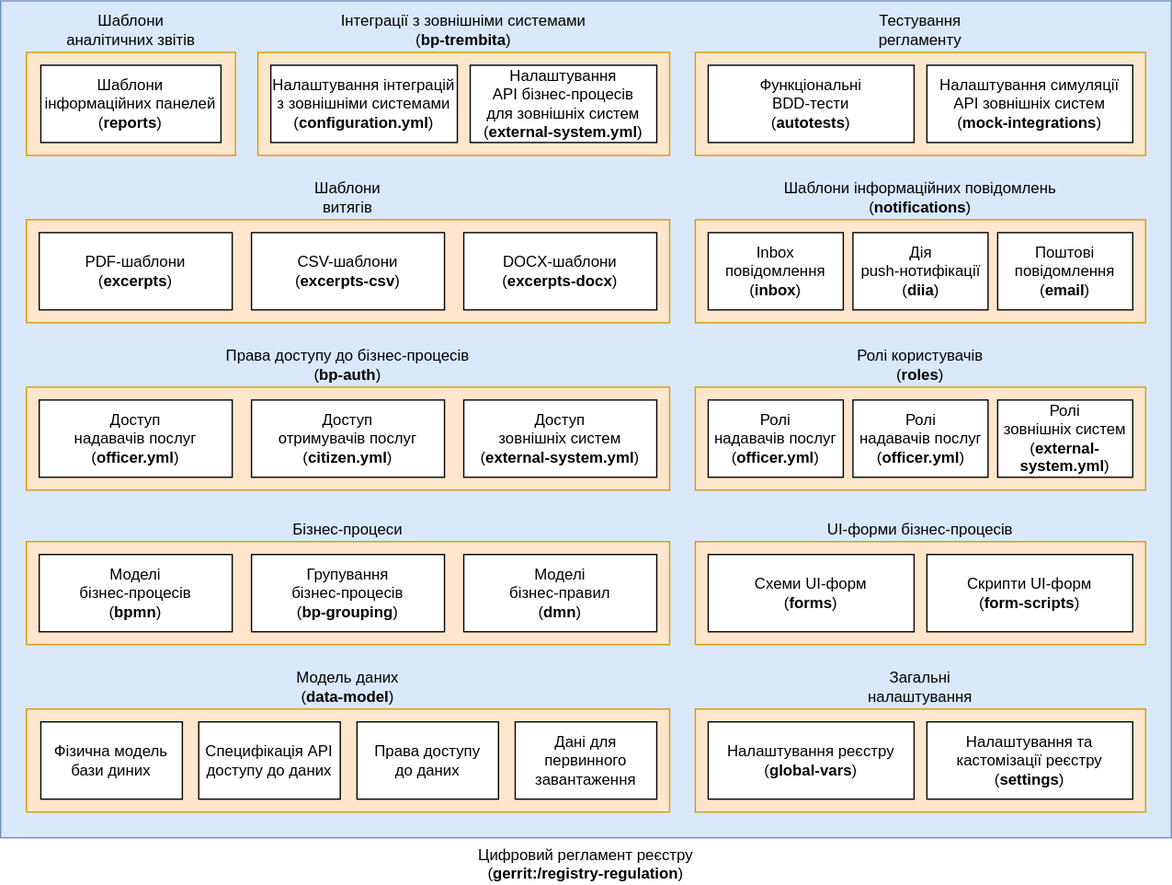
Before: docs/ua/modules/arch/images/architecture/registry/administrative/regulation-management/registry-regulation/regulation-structure.svg, a diagram exported from draw.io (epam/edp-ddm-architecture). Source tidied: cells renumbered, new cells last; positions are measured from the earlier drawing's top-left corner, leaving out a move shared by most shapes.
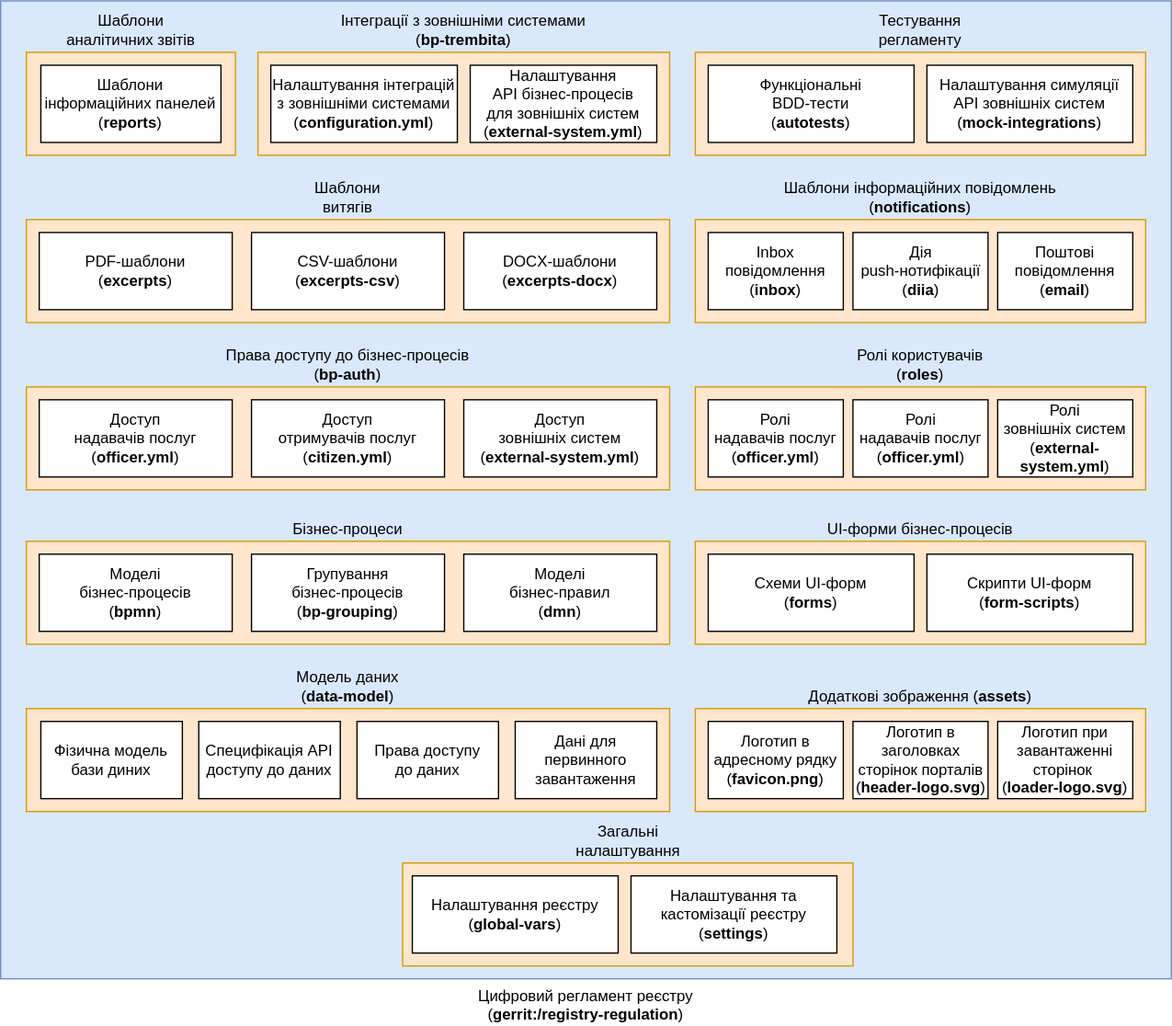
The same diagram one commit later.

What changed in the source:
```diff
@@ -3,12 +3,12 @@
     <mxCell id="0" />
     <mxCell id="1" parent="0" />
     <mxCell id="2" value="Цифровий регламент реєстру&lt;br&gt;(&lt;b&gt;gerrit:/registry-regulation&lt;/b&gt;)" style="rounded=0;whiteSpace=wrap;html=1;labelPosition=center;verticalLabelPosition=bottom;align=center;verticalAlign=top;fillColor=#dae8fc;strokeColor=#6c8ebf;" parent="1" vertex="1">
-      <mxGeometry width="910" height="650" as="geometry" />
+      <mxGeometry width="910" height="760" as="geometry" />
     </mxCell>
     <mxCell id="3" value="Тестування &lt;br&gt;регламенту" style="rounded=0;whiteSpace=wrap;html=1;labelPosition=center;verticalLabelPosition=top;align=center;verticalAlign=bottom;fillColor=#ffe6cc;strokeColor=#d79b00;" parent="1" vertex="1">
       <mxGeometry x="540" y="40" width="350" height="80" as="geometry" />
     </mxCell>
-    <mxCell id="4" value="Загальні &lt;br&gt;налаштування" style="rounded=0;whiteSpace=wrap;html=1;labelPosition=center;verticalLabelPosition=top;align=center;verticalAlign=bottom;fillColor=#ffe6cc;strokeColor=#d79b00;" parent="1" vertex="1">
+    <mxCell id="4" value="Додаткові зображення (&lt;b&gt;assets&lt;/b&gt;)" style="rounded=0;whiteSpace=wrap;html=1;labelPosition=center;verticalLabelPosition=top;align=center;verticalAlign=bottom;fillColor=#ffe6cc;strokeColor=#d79b00;" parent="1" vertex="1">
       <mxGeometry x="540" y="550" width="350" height="80" as="geometry" />
     </mxCell>
     <mxCell id="5" value="Бізнес-процеси" style="rounded=0;whiteSpace=wrap;html=1;labelPosition=center;verticalLabelPosition=top;align=center;verticalAlign=bottom;fillColor=#ffe6cc;strokeColor=#d79b00;" parent="1" vertex="1">
@@ -20,12 +20,6 @@
     <mxCell id="7" value="Моделі &lt;br&gt;бізнес-правил&lt;br&gt;(&lt;b&gt;dmn&lt;/b&gt;)" style="rounded=0;whiteSpace=wrap;html=1;" parent="1" vertex="1">
       <mxGeometry x="360" y="430" width="150" height="60" as="geometry" />
     </mxCell>
-    <mxCell id="8" value="Налаштування реєстру&lt;br&gt;(&lt;b&gt;global-vars&lt;/b&gt;)" style="rounded=0;whiteSpace=wrap;html=1;" parent="1" vertex="1">
-      <mxGeometry x="550" y="560" width="160" height="60" as="geometry" />
-    </mxCell>
-    <mxCell id="9" value="Налаштування та кастомізації реєстру&lt;br&gt;(&lt;b&gt;settings&lt;/b&gt;)" style="rounded=0;whiteSpace=wrap;html=1;" parent="1" vertex="1">
-      <mxGeometry x="720" y="560" width="160" height="60" as="geometry" />
-    </mxCell>
     <mxCell id="10" value="Доступ &lt;br&gt;надавачів послуг&lt;br&gt;(&lt;b&gt;officer.yml&lt;/b&gt;)" style="rounded=0;whiteSpace=wrap;html=1;" parent="1" vertex="1">
       <mxGeometry x="30" y="310" width="150" height="60" as="geometry" />
     </mxCell>
@@ -122,5 +116,23 @@
     <mxCell id="41" value="Ролі&lt;br&gt;надавачів послуг&lt;br&gt;(&lt;b&gt;officer.yml&lt;/b&gt;)" style="rounded=0;whiteSpace=wrap;html=1;" parent="1" vertex="1">
       <mxGeometry x="662.5" y="310" width="105" height="60" as="geometry" />
     </mxCell>
+    <mxCell id="42" value="Загальні &lt;br&gt;налаштування" style="rounded=0;whiteSpace=wrap;html=1;labelPosition=center;verticalLabelPosition=top;align=center;verticalAlign=bottom;fillColor=#ffe6cc;strokeColor=#d79b00;" parent="1" vertex="1">
+      <mxGeometry x="312.5" y="670" width="350" height="80" as="geometry" />
+    </mxCell>
+    <mxCell id="8" value="Налаштування реєстру&lt;br&gt;(&lt;b&gt;global-vars&lt;/b&gt;)" style="rounded=0;whiteSpace=wrap;html=1;" parent="1" vertex="1">
+      <mxGeometry x="320" y="680" width="160" height="60" as="geometry" />
+    </mxCell>
+    <mxCell id="9" value="Налаштування та кастомізації реєстру&lt;br&gt;(&lt;b&gt;settings&lt;/b&gt;)" style="rounded=0;whiteSpace=wrap;html=1;" parent="1" vertex="1">
+      <mxGeometry x="490" y="680" width="160" height="60" as="geometry" />
+    </mxCell>
+    <mxCell id="43" value="Логотип в адресному рядку&lt;br&gt;(&lt;b&gt;favicon.png&lt;/b&gt;)" style="rounded=0;whiteSpace=wrap;html=1;" parent="1" vertex="1">
+      <mxGeometry x="550" y="560" width="105" height="60" as="geometry" />
+    </mxCell>
+    <mxCell id="44" value="Логотип в заголовках сторінок порталів&lt;br&gt;(&lt;b&gt;header-logo.svg&lt;/b&gt;)" style="rounded=0;whiteSpace=wrap;html=1;" parent="1" vertex="1">
+      <mxGeometry x="662.5" y="560" width="105" height="60" as="geometry" />
+    </mxCell>
+    <mxCell id="45" value="Логотип при завантаженні сторінок&amp;nbsp;&lt;br&gt;(&lt;b&gt;loader-logo.svg&lt;/b&gt;)" style="rounded=0;whiteSpace=wrap;html=1;" parent="1" vertex="1">
+      <mxGeometry x="775" y="560" width="105" height="60" as="geometry" />
+    </mxCell>
   </root>
 </mxGraphModel>
```
